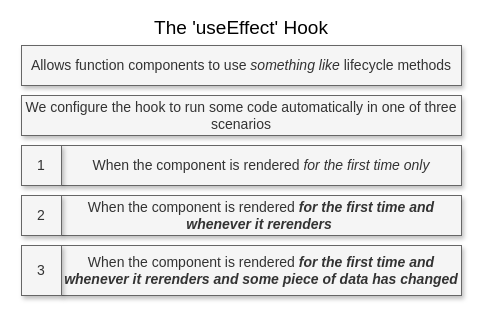
Before: page "04 - search" (6 of 8) of diagrams/widgets/03.drawio in HappySuzuki/redux-code, a draw.io diagram. Source tidied: cells renumbered, new cells numbered last; positions are measured from the earlier drawing's top-left corner, leaving out a move shared by most shapes. Both pictures are drawn from the tidied source at 100%, with x=0, y=0 at pixel (21, 18).
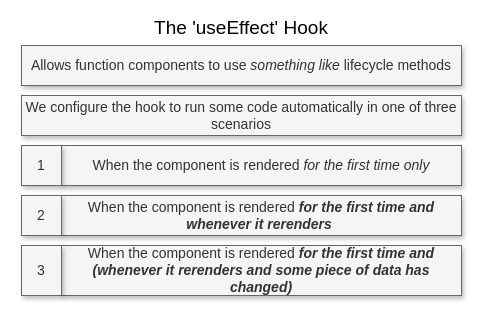
The same diagram, later.

The edit, as a diff of the source:
```diff
@@
 <mxGraphModel>
   <root>
     <mxCell id="0" />
     <mxCell id="1" parent="0" />
     <mxCell id="2" value="The 'useEffect' Hook" style="text;html=1;strokeColor=none;fillColor=none;align=center;verticalAlign=middle;whiteSpace=wrap;rounded=0;fontSize=19;fontColor=#000000;" parent="1" vertex="1">
       <mxGeometry x="100" width="240" height="20" as="geometry" />
     </mxCell>
     <mxCell id="3" value="Allows function components to use &lt;i&gt;something like&lt;/i&gt; lifecycle methods" style="rounded=0;whiteSpace=wrap;html=1;strokeWidth=1;fontSize=14;fontColor=#333333;align=center;fillColor=#f5f5f5;strokeColor=#666666;shadow=1;" parent="1" vertex="1">
       <mxGeometry y="27" width="440" height="40" as="geometry" />
     </mxCell>
     <mxCell id="4" value="We configure the hook to run some code automatically in one of three scenarios" style="rounded=0;whiteSpace=wrap;html=1;strokeWidth=1;fontSize=14;fontColor=#333333;align=center;fillColor=#f5f5f5;strokeColor=#666666;shadow=1;" parent="1" vertex="1">
       <mxGeometry y="77" width="440" height="40" as="geometry" />
     </mxCell>
     <mxCell id="5" value="When the component is rendered&amp;nbsp;&lt;i&gt;for the first time only&lt;/i&gt;" style="rounded=0;whiteSpace=wrap;html=1;strokeWidth=1;fontSize=14;fontColor=#333333;align=center;fillColor=#f5f5f5;strokeColor=#666666;shadow=1;" parent="1" vertex="1">
       <mxGeometry x="40" y="127" width="400" height="40" as="geometry" />
     </mxCell>
     <mxCell id="6" value="1" style="rounded=0;whiteSpace=wrap;html=1;strokeWidth=1;fontSize=14;fontColor=#333333;align=center;fillColor=#f5f5f5;strokeColor=#666666;shadow=1;" parent="1" vertex="1">
       <mxGeometry y="127" width="40" height="40" as="geometry" />
     </mxCell>
     <mxCell id="7" value="When the component is rendered &lt;i&gt;&lt;b&gt;for the first time and whenever it rerenders&lt;/b&gt;&amp;nbsp;&lt;/i&gt;" style="rounded=0;whiteSpace=wrap;html=1;strokeWidth=1;fontSize=14;fontColor=#333333;align=center;fillColor=#f5f5f5;strokeColor=#666666;shadow=1;" parent="1" vertex="1">
       <mxGeometry x="40" y="177" width="400" height="40" as="geometry" />
     </mxCell>
     <mxCell id="8" value="2" style="rounded=0;whiteSpace=wrap;html=1;strokeWidth=1;fontSize=14;fontColor=#333333;align=center;fillColor=#f5f5f5;strokeColor=#666666;shadow=1;" parent="1" vertex="1">
       <mxGeometry y="177" width="40" height="40" as="geometry" />
     </mxCell>
-    <mxCell id="9" value="When the component is rendered&amp;nbsp;&lt;i&gt;&lt;b&gt;for the first time and whenever it rerenders&lt;/b&gt;&amp;nbsp;&lt;b&gt;and&lt;/b&gt; &lt;b&gt;some piece of data has changed&lt;/b&gt;&lt;/i&gt;" style="rounded=0;whiteSpace=wrap;html=1;strokeWidth=1;fontSize=14;fontColor=#333333;align=center;fillColor=#f5f5f5;strokeColor=#666666;shadow=1;" parent="1" vertex="1">
+    <mxCell id="9" value="When the component is rendered&amp;nbsp;&lt;i&gt;&lt;b&gt;for the first time and (whenever it rerenders&lt;/b&gt;&amp;nbsp;&lt;b&gt;and&lt;/b&gt; &lt;b&gt;some piece of data has changed)&lt;/b&gt;&lt;/i&gt;" style="rounded=0;whiteSpace=wrap;html=1;strokeWidth=1;fontSize=14;fontColor=#333333;align=center;fillColor=#f5f5f5;strokeColor=#666666;shadow=1;" parent="1" vertex="1">
       <mxGeometry x="40" y="227" width="400" height="50" as="geometry" />
     </mxCell>
     <mxCell id="10" value="3" style="rounded=0;whiteSpace=wrap;html=1;strokeWidth=1;fontSize=14;fontColor=#333333;align=center;fillColor=#f5f5f5;strokeColor=#666666;shadow=1;" parent="1" vertex="1">
       <mxGeometry y="227" width="40" height="50" as="geometry" />
     </mxCell>
   </root>
 </mxGraphModel>
```
